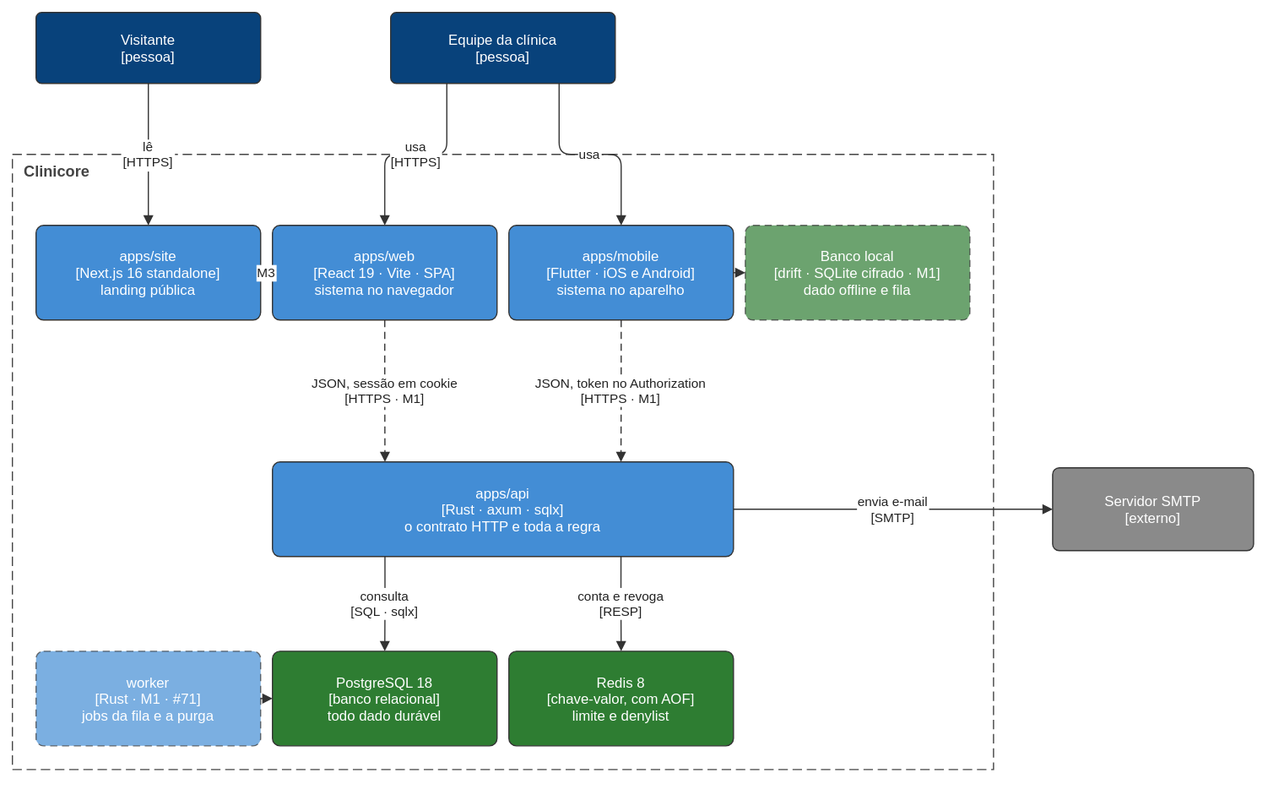
Before: docs/architecture/diagrams/containers.drawio.svg, a diagram exported from draw.io (TheoOdawara/clinicore). Source tidied: cells renumbered, new cells last; positions are measured from the earlier drawing's top-left corner, leaving out a move shared by most shapes. The source it was exported from:
```xml
<mxGraphModel background="#ffffff">
  <root>
    <mxCell id="0" />
    <mxCell id="1" parent="0" />
    <mxCell id="2" value="Clinicore" style="rounded=0;html=0;fillColor=none;strokeColor=#444444;dashed=1;dashPattern=8 4;fontSize=13;fontStyle=1;verticalAlign=top;align=left;spacingLeft=8;fontColor=#444444;" parent="1" vertex="1">
      <mxGeometry y="120" width="830" height="520" as="geometry" />
    </mxCell>
    <mxCell id="3" value="Visitante&#10;[pessoa]" style="rounded=1;arcSize=8;html=0;fillColor=#08427b;fontColor=#ffffff;strokeColor=#333333;fontSize=12;" parent="1" vertex="1">
      <mxGeometry x="20" width="190" height="60" as="geometry" />
    </mxCell>
    <mxCell id="4" value="Equipe da clínica&#10;[pessoa]" style="rounded=1;arcSize=8;html=0;fillColor=#08427b;fontColor=#ffffff;strokeColor=#333333;fontSize=12;" parent="1" vertex="1">
      <mxGeometry x="320" width="190" height="60" as="geometry" />
    </mxCell>
    <mxCell id="5" value="apps/site&#10;[Next.js 16 standalone]&#10;landing pública" style="rounded=1;arcSize=8;html=0;fillColor=#438dd5;fontColor=#ffffff;strokeColor=#333333;fontSize=12;" parent="1" vertex="1">
      <mxGeometry x="20" y="180" width="190" height="80" as="geometry" />
    </mxCell>
    <mxCell id="6" value="apps/web&#10;[React 19 · Vite · SPA]&#10;sistema no navegador" style="rounded=1;arcSize=8;html=0;fillColor=#438dd5;fontColor=#ffffff;strokeColor=#333333;fontSize=12;" parent="1" vertex="1">
      <mxGeometry x="220" y="180" width="190" height="80" as="geometry" />
    </mxCell>
    <mxCell id="7" value="apps/mobile&#10;[Flutter · iOS e Android]&#10;sistema no aparelho" style="rounded=1;arcSize=8;html=0;fillColor=#438dd5;fontColor=#ffffff;strokeColor=#333333;fontSize=12;" parent="1" vertex="1">
      <mxGeometry x="420" y="180" width="190" height="80" as="geometry" />
    </mxCell>
    <mxCell id="8" value="Banco local&#10;[drift · SQLite cifrado · M1]&#10;dado offline e fila" style="rounded=1;arcSize=8;html=0;fillColor=#2e7d32;fontColor=#ffffff;strokeColor=#333333;fontSize=12;dashed=1;dashPattern=6 4;opacity=70;" parent="1" vertex="1">
      <mxGeometry x="620" y="180" width="190" height="80" as="geometry" />
    </mxCell>
    <mxCell id="9" value="apps/api&#10;[Rust · axum · sqlx]&#10;o contrato HTTP e toda a regra" style="rounded=1;arcSize=8;html=0;fillColor=#438dd5;fontColor=#ffffff;strokeColor=#333333;fontSize=12;" parent="1" vertex="1">
      <mxGeometry x="220" y="380" width="390" height="80" as="geometry" />
    </mxCell>
    <mxCell id="10" value="worker&#10;[Rust · M1 · #71]&#10;jobs da fila e a purga" style="rounded=1;arcSize=8;html=0;fillColor=#438dd5;fontColor=#ffffff;strokeColor=#333333;fontSize=12;dashed=1;dashPattern=6 4;opacity=70;" parent="1" vertex="1">
      <mxGeometry x="20" y="540" width="190" height="80" as="geometry" />
    </mxCell>
    <mxCell id="11" value="PostgreSQL 18&#10;[banco relacional]&#10;todo dado durável" style="rounded=1;arcSize=8;html=0;fillColor=#2e7d32;fontColor=#ffffff;strokeColor=#333333;fontSize=12;" parent="1" vertex="1">
      <mxGeometry x="220" y="540" width="190" height="80" as="geometry" />
    </mxCell>
    <mxCell id="12" value="Redis 8&#10;[chave-valor, com AOF]&#10;limite e denylist" style="rounded=1;arcSize=8;html=0;fillColor=#2e7d32;fontColor=#ffffff;strokeColor=#333333;fontSize=12;" parent="1" vertex="1">
      <mxGeometry x="420" y="540" width="190" height="80" as="geometry" />
    </mxCell>
    <mxCell id="13" value="Servidor SMTP&#10;[externo]" style="rounded=1;arcSize=8;html=0;fillColor=#8a8a8a;fontColor=#ffffff;strokeColor=#333333;fontSize=12;" parent="1" vertex="1">
      <mxGeometry x="880" y="385" width="170" height="70" as="geometry" />
    </mxCell>
    <mxCell id="14" value="lê&#10;[HTTPS]" style="html=0;endArrow=block;endFill=1;strokeColor=#333333;fontSize=11;fontColor=#222222;labelBackgroundColor=#ffffff;edgeStyle=orthogonalEdgeStyle;rounded=1;exitX=0.5;exitY=1;exitDx=0;exitDy=0;entryX=0.5;entryY=0;entryDx=0;entryDy=0;" parent="1" edge="1" source="3" target="5">
      <mxGeometry relative="1" as="geometry" />
    </mxCell>
    <mxCell id="15" value="usa&#10;[HTTPS]" style="html=0;endArrow=block;endFill=1;strokeColor=#333333;fontSize=11;fontColor=#222222;labelBackgroundColor=#ffffff;edgeStyle=orthogonalEdgeStyle;rounded=1;exitX=0.25;exitY=1;exitDx=0;exitDy=0;entryX=0.5;entryY=0;entryDx=0;entryDy=0;" parent="1" edge="1" source="4" target="6">
      <mxGeometry relative="1" as="geometry" />
    </mxCell>
    <mxCell id="16" value="usa" style="html=0;endArrow=block;endFill=1;strokeColor=#333333;fontSize=11;fontColor=#222222;labelBackgroundColor=#ffffff;edgeStyle=orthogonalEdgeStyle;rounded=1;exitX=0.75;exitY=1;exitDx=0;exitDy=0;entryX=0.5;entryY=0;entryDx=0;entryDy=0;" parent="1" edge="1" source="4" target="7">
      <mxGeometry relative="1" as="geometry" />
    </mxCell>
    <mxCell id="17" value="M3" style="html=0;endArrow=block;endFill=1;strokeColor=#333333;fontSize=11;fontColor=#222222;labelBackgroundColor=#ffffff;edgeStyle=orthogonalEdgeStyle;rounded=1;dashed=1;dashPattern=6 4;exitX=1;exitY=0.5;exitDx=0;exitDy=0;entryX=0;entryY=0.5;entryDx=0;entryDy=0;" parent="1" edge="1" source="5" target="6">
      <mxGeometry relative="1" as="geometry" />
    </mxCell>
    <mxCell id="18" style="html=0;endArrow=block;endFill=1;strokeColor=#333333;fontSize=11;fontColor=#222222;labelBackgroundColor=#ffffff;edgeStyle=orthogonalEdgeStyle;rounded=1;dashed=1;dashPattern=6 4;exitX=1;exitY=0.5;exitDx=0;exitDy=0;entryX=0;entryY=0.5;entryDx=0;entryDy=0;" parent="1" edge="1" source="7" target="8">
      <mxGeometry relative="1" as="geometry" />
    </mxCell>
    <mxCell id="19" value="JSON, sessão em cookie&#10;[HTTPS · M1]" style="html=0;endArrow=block;endFill=1;strokeColor=#333333;fontSize=11;fontColor=#222222;labelBackgroundColor=#ffffff;edgeStyle=orthogonalEdgeStyle;rounded=1;dashed=1;dashPattern=6 4;exitX=0.5;exitY=1;exitDx=0;exitDy=0;entryX=0.244;entryY=0;entryDx=0;entryDy=0;" parent="1" edge="1" source="6" target="9">
      <mxGeometry relative="1" as="geometry" />
    </mxCell>
    <mxCell id="20" value="JSON, token no Authorization&#10;[HTTPS · M1]" style="html=0;endArrow=block;endFill=1;strokeColor=#333333;fontSize=11;fontColor=#222222;labelBackgroundColor=#ffffff;edgeStyle=orthogonalEdgeStyle;rounded=1;dashed=1;dashPattern=6 4;exitX=0.5;exitY=1;exitDx=0;exitDy=0;entryX=0.756;entryY=0;entryDx=0;entryDy=0;" parent="1" edge="1" source="7" target="9">
      <mxGeometry relative="1" as="geometry" />
    </mxCell>
    <mxCell id="21" value="consulta&#10;[SQL · sqlx]" style="html=0;endArrow=block;endFill=1;strokeColor=#333333;fontSize=11;fontColor=#222222;labelBackgroundColor=#ffffff;edgeStyle=orthogonalEdgeStyle;rounded=1;exitX=0.244;exitY=1;exitDx=0;exitDy=0;entryX=0.5;entryY=0;entryDx=0;entryDy=0;" parent="1" edge="1" source="9" target="11">
      <mxGeometry relative="1" as="geometry" />
    </mxCell>
    <mxCell id="22" value="conta e revoga&#10;[RESP]" style="html=0;endArrow=block;endFill=1;strokeColor=#333333;fontSize=11;fontColor=#222222;labelBackgroundColor=#ffffff;edgeStyle=orthogonalEdgeStyle;rounded=1;exitX=0.756;exitY=1;exitDx=0;exitDy=0;entryX=0.5;entryY=0;entryDx=0;entryDy=0;" parent="1" edge="1" source="9" target="12">
      <mxGeometry relative="1" as="geometry" />
    </mxCell>
    <mxCell id="23" value="envia e-mail&#10;[SMTP]" style="html=0;endArrow=block;endFill=1;strokeColor=#333333;fontSize=11;fontColor=#222222;labelBackgroundColor=#ffffff;edgeStyle=orthogonalEdgeStyle;rounded=1;exitX=1;exitY=0.5;exitDx=0;exitDy=0;entryX=0;entryY=0.5;entryDx=0;entryDy=0;" parent="1" edge="1" source="9" target="13">
      <mxGeometry relative="1" as="geometry" />
    </mxCell>
    <mxCell id="24" style="html=0;endArrow=block;endFill=1;strokeColor=#333333;fontSize=11;fontColor=#222222;labelBackgroundColor=#ffffff;edgeStyle=orthogonalEdgeStyle;rounded=1;dashed=1;dashPattern=6 4;exitX=1;exitY=0.5;exitDx=0;exitDy=0;entryX=0;entryY=0.5;entryDx=0;entryDy=0;" parent="1" edge="1" source="10" target="11">
      <mxGeometry relative="1" as="geometry" />
    </mxCell>
  </root>
</mxGraphModel>
```
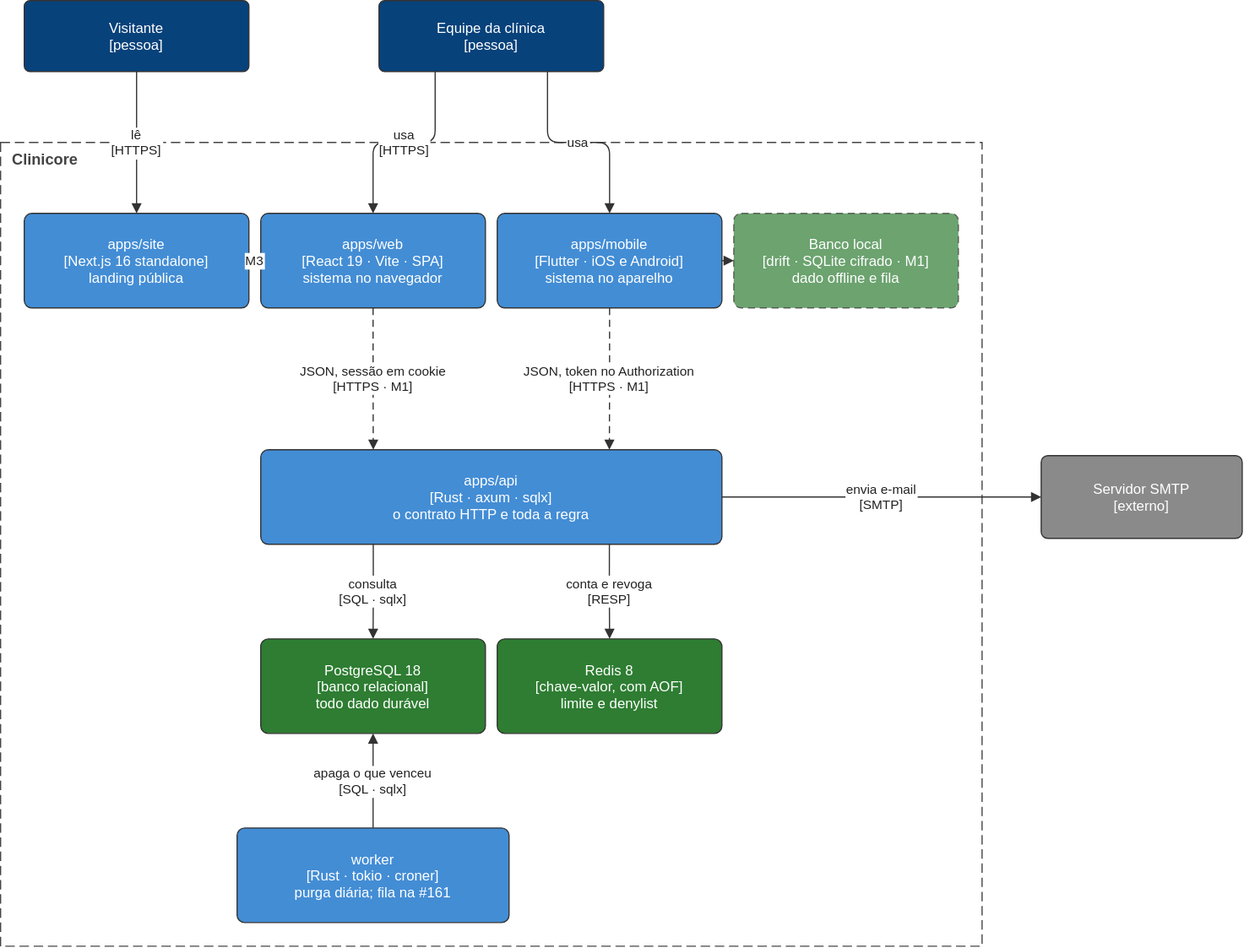
After the change.

Diff of the diagram source:
```diff
@@ -3,7 +3,7 @@
     <mxCell id="0" />
     <mxCell id="1" parent="0" />
     <mxCell id="2" value="Clinicore" style="rounded=0;html=0;fillColor=none;strokeColor=#444444;dashed=1;dashPattern=8 4;fontSize=13;fontStyle=1;verticalAlign=top;align=left;spacingLeft=8;fontColor=#444444;" parent="1" vertex="1">
-      <mxGeometry y="120" width="830" height="520" as="geometry" />
+      <mxGeometry y="120" width="830" height="680" as="geometry" />
     </mxCell>
     <mxCell id="3" value="Visitante&#10;[pessoa]" style="rounded=1;arcSize=8;html=0;fillColor=#08427b;fontColor=#ffffff;strokeColor=#333333;fontSize=12;" parent="1" vertex="1">
       <mxGeometry x="20" width="190" height="60" as="geometry" />
@@ -26,8 +26,8 @@
     <mxCell id="9" value="apps/api&#10;[Rust · axum · sqlx]&#10;o contrato HTTP e toda a regra" style="rounded=1;arcSize=8;html=0;fillColor=#438dd5;fontColor=#ffffff;strokeColor=#333333;fontSize=12;" parent="1" vertex="1">
       <mxGeometry x="220" y="380" width="390" height="80" as="geometry" />
     </mxCell>
-    <mxCell id="10" value="worker&#10;[Rust · M1 · #71]&#10;jobs da fila e a purga" style="rounded=1;arcSize=8;html=0;fillColor=#438dd5;fontColor=#ffffff;strokeColor=#333333;fontSize=12;dashed=1;dashPattern=6 4;opacity=70;" parent="1" vertex="1">
-      <mxGeometry x="20" y="540" width="190" height="80" as="geometry" />
+    <mxCell id="10" value="worker&#10;[Rust · tokio · croner]&#10;purga diária; fila na #161" style="rounded=1;arcSize=8;html=0;fillColor=#438dd5;fontColor=#ffffff;strokeColor=#333333;fontSize=12;" parent="1" vertex="1">
+      <mxGeometry x="200" y="700" width="230" height="80" as="geometry" />
     </mxCell>
     <mxCell id="11" value="PostgreSQL 18&#10;[banco relacional]&#10;todo dado durável" style="rounded=1;arcSize=8;html=0;fillColor=#2e7d32;fontColor=#ffffff;strokeColor=#333333;fontSize=12;" parent="1" vertex="1">
       <mxGeometry x="220" y="540" width="190" height="80" as="geometry" />
@@ -68,7 +68,7 @@
     <mxCell id="23" value="envia e-mail&#10;[SMTP]" style="html=0;endArrow=block;endFill=1;strokeColor=#333333;fontSize=11;fontColor=#222222;labelBackgroundColor=#ffffff;edgeStyle=orthogonalEdgeStyle;rounded=1;exitX=1;exitY=0.5;exitDx=0;exitDy=0;entryX=0;entryY=0.5;entryDx=0;entryDy=0;" parent="1" edge="1" source="9" target="13">
       <mxGeometry relative="1" as="geometry" />
     </mxCell>
-    <mxCell id="24" style="html=0;endArrow=block;endFill=1;strokeColor=#333333;fontSize=11;fontColor=#222222;labelBackgroundColor=#ffffff;edgeStyle=orthogonalEdgeStyle;rounded=1;dashed=1;dashPattern=6 4;exitX=1;exitY=0.5;exitDx=0;exitDy=0;entryX=0;entryY=0.5;entryDx=0;entryDy=0;" parent="1" edge="1" source="10" target="11">
+    <mxCell id="24" value="apaga o que venceu&#10;[SQL · sqlx]" style="html=0;endArrow=block;endFill=1;strokeColor=#333333;fontSize=11;fontColor=#222222;labelBackgroundColor=#ffffff;edgeStyle=orthogonalEdgeStyle;rounded=1;exitX=0.5;exitY=0;exitDx=0;exitDy=0;entryX=0.5;entryY=1;entryDx=0;entryDy=0;" parent="1" edge="1" source="10" target="11">
       <mxGeometry relative="1" as="geometry" />
     </mxCell>
   </root>
```
